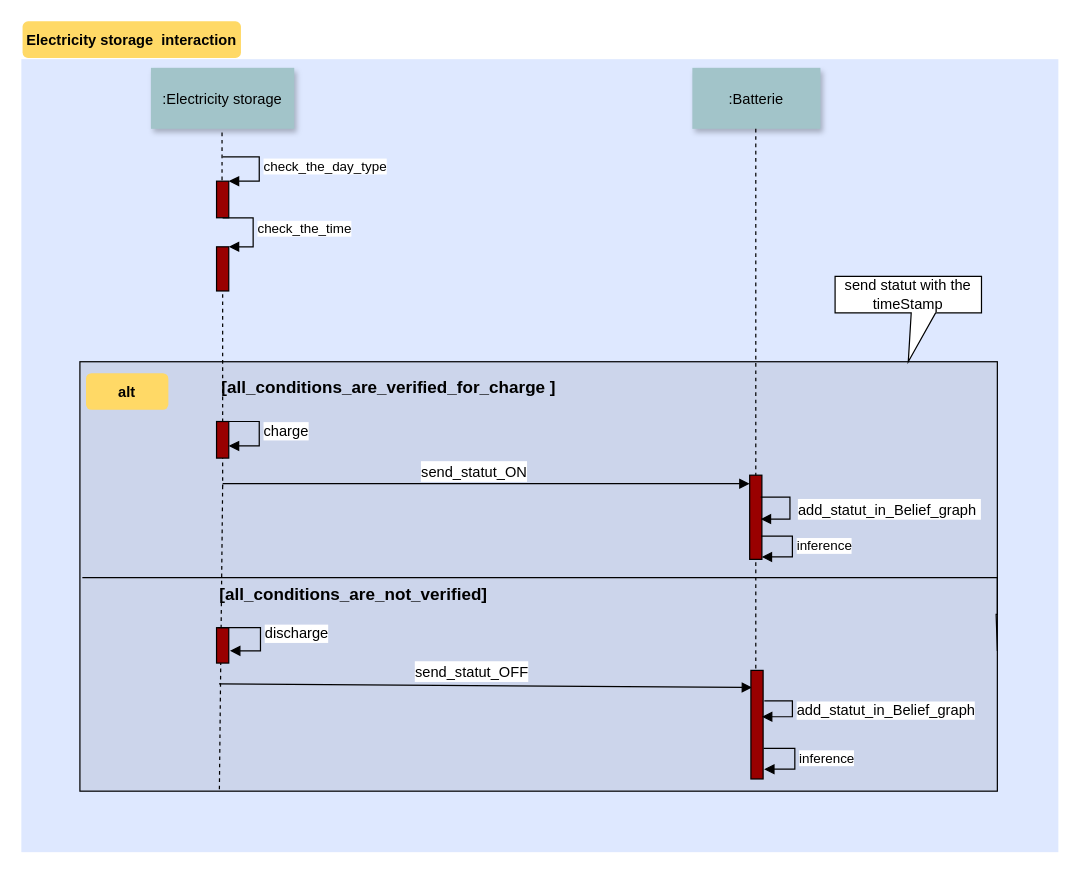
This is page "Page-3" (3 of 4) of Untitled Diagram.drawio from MiriamZawadi/-checs, a draw.io file, before an edit. Source tidied: cells renumbered, new cells numbered last; positions are measured from the earlier drawing's top-left corner, leaving out a move shared by most shapes. Both pictures are drawn from the tidied source at 122%, with x=0, y=0 at pixel (21, 21).
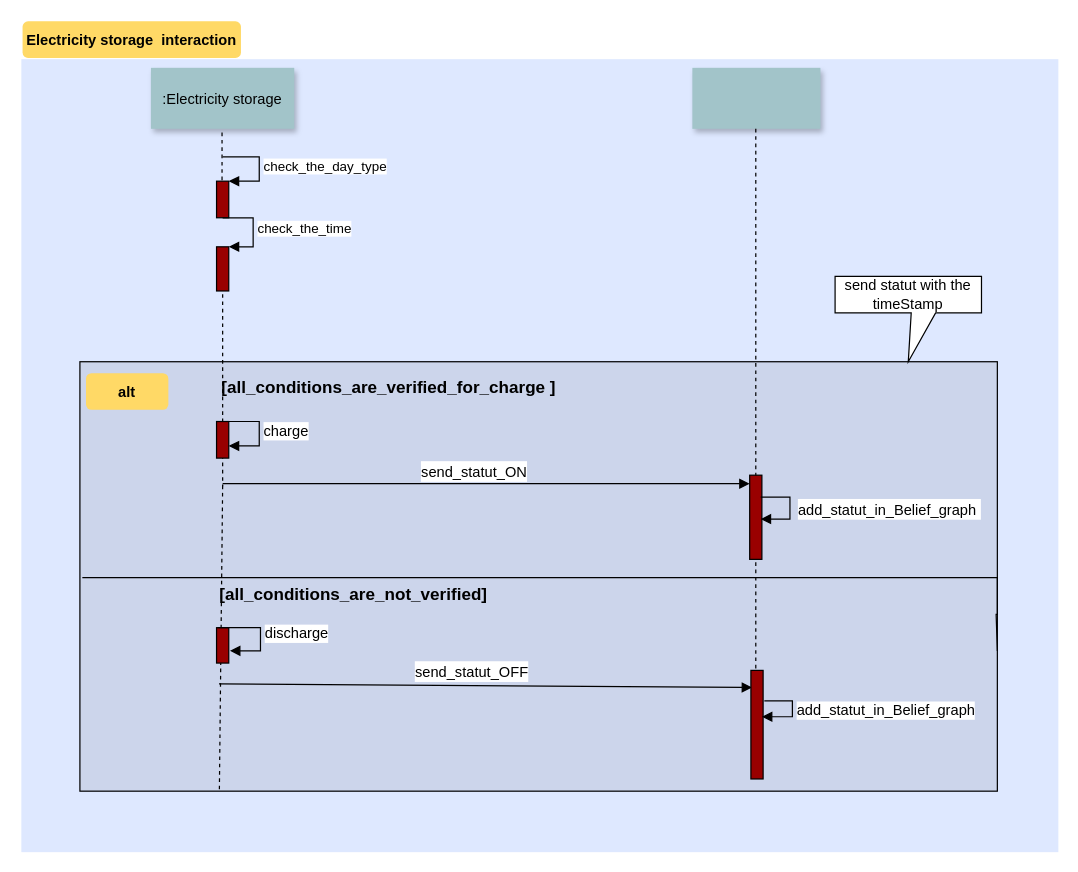
The same diagram, later.

What changed in the source:
```diff
@@
-    <mxCell id="5" value=":Batterie" style="shadow=1;fillColor=#A2C4C9;strokeColor=none;" parent="1" vertex="1">
+    <mxCell id="5" style="shadow=1;fillColor=#A2C4C9;strokeColor=none;" parent="1" vertex="1">
       <mxGeometry x="550" y="38.1" width="105" height="50" as="geometry" />
     </mxCell>
@@
-    <mxCell id="33" value="inference" style="edgeStyle=orthogonalEdgeStyle;html=1;align=left;spacingLeft=2;endArrow=block;rounded=0;fillColor=#990000;" parent="1" edge="1">
-      <mxGeometry relative="1" as="geometry">
-        <mxPoint x="606.4" y="422" as="sourcePoint" />
-        <mxPoint x="606.8" y="439" as="targetPoint" />
-        <Array as="points">
-          <mxPoint x="632" y="422" />
-          <mxPoint x="632" y="439" />
-        </Array>
-      </mxGeometry>
-    </mxCell>
-    <mxCell id="34" value="inference" style="edgeStyle=orthogonalEdgeStyle;html=1;align=left;spacingLeft=2;endArrow=block;rounded=0;fillColor=#990000;" parent="1" edge="1">
-      <mxGeometry relative="1" as="geometry">
-        <mxPoint x="608.4" y="596" as="sourcePoint" />
-        <mxPoint x="608.8" y="613" as="targetPoint" />
-        <Array as="points">
-          <mxPoint x="634" y="596" />
-          <mxPoint x="634" y="613" />
-        </Array>
-      </mxGeometry>
-    </mxCell>
```
